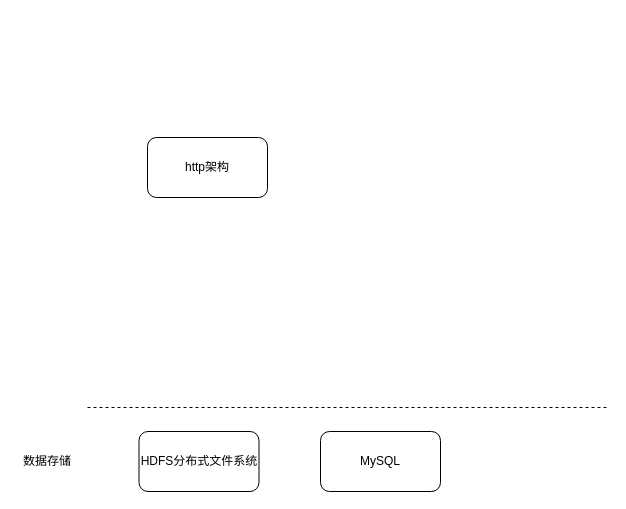
This is 技术架构.drawio from liusheding001/draw.io, a draw.io file, before an edit. Source tidied: cells renumbered, new cells numbered last; positions are measured from the earlier drawing's top-left corner, leaving out a move shared by most shapes. Both pictures are drawn from the tidied source at 100%, with x=0, y=0 at pixel (17, 137).
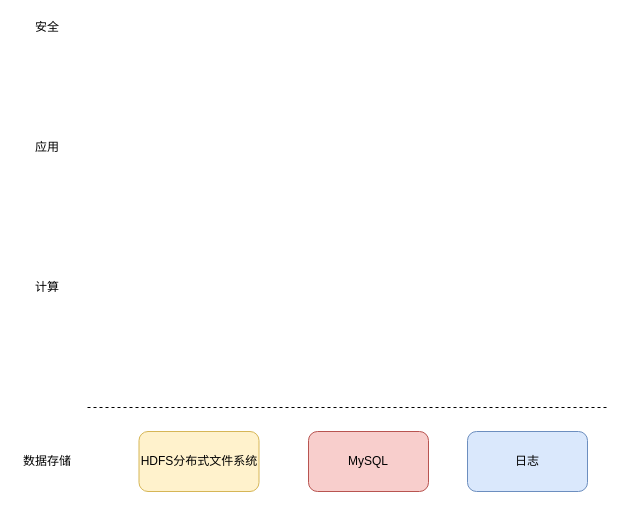
After the change.

Commit message (it also covers changes not shown here):
更新技术架构.drawio

Change to the diagram source:
```diff
@@
 <mxGraphModel>
   <root>
     <mxCell id="0" />
     <mxCell id="1" parent="0" />
-    <mxCell id="2" value="HDFS分布式文件系统" style="rounded=1;whiteSpace=wrap;html=1;" parent="1" vertex="1">
+    <mxCell id="2" value="HDFS分布式文件系统" style="rounded=1;whiteSpace=wrap;html=1;fillColor=#fff2cc;strokeColor=#d6b656;" parent="1" vertex="1">
       <mxGeometry x="121.5" y="294" width="120" height="60" as="geometry" />
     </mxCell>
-    <mxCell id="3" value="MySQL" style="rounded=1;whiteSpace=wrap;html=1;" parent="1" vertex="1">
-      <mxGeometry x="303" y="294" width="120" height="60" as="geometry" />
+    <mxCell id="3" value="MySQL" style="rounded=1;whiteSpace=wrap;html=1;fillColor=#f8cecc;strokeColor=#b85450;" parent="1" vertex="1">
+      <mxGeometry x="291" y="294" width="120" height="60" as="geometry" />
     </mxCell>
-    <mxCell id="4" value="http架构" style="rounded=1;whiteSpace=wrap;html=1;" parent="1" vertex="1">
-      <mxGeometry x="130" width="120" height="60" as="geometry" />
-    </mxCell>
     <mxCell id="5" style="endArrow=none;dashed=1;html=1;" parent="1" edge="1">
       <mxGeometry relative="1" as="geometry">
         <mxPoint x="70" y="270" as="sourcePoint" />
         <mxPoint x="590" y="270" as="targetPoint" />
         <Array as="points">
           <mxPoint x="350" y="270" />
         </Array>
       </mxGeometry>
     </mxCell>
     <mxCell id="6" value="数据存储" style="text;html=1;strokeColor=none;fillColor=none;align=center;verticalAlign=middle;whiteSpace=wrap;rounded=0;" parent="1" vertex="1">
       <mxGeometry y="314" width="60" height="20" as="geometry" />
     </mxCell>
+    <mxCell id="7" value="日志" style="rounded=1;whiteSpace=wrap;html=1;fillColor=#dae8fc;strokeColor=#6c8ebf;" parent="1" vertex="1">
+      <mxGeometry x="450" y="294" width="120" height="60" as="geometry" />
+    </mxCell>
+    <mxCell id="8" value="计算" style="text;html=1;strokeColor=none;fillColor=none;align=center;verticalAlign=middle;whiteSpace=wrap;rounded=0;" parent="1" vertex="1">
+      <mxGeometry y="140" width="60" height="20" as="geometry" />
+    </mxCell>
+    <mxCell id="9" value="应用" style="text;html=1;strokeColor=none;fillColor=none;align=center;verticalAlign=middle;whiteSpace=wrap;rounded=0;" parent="1" vertex="1">
+      <mxGeometry width="60" height="20" as="geometry" />
+    </mxCell>
+    <mxCell id="10" value="安全" style="text;html=1;strokeColor=none;fillColor=none;align=center;verticalAlign=middle;whiteSpace=wrap;rounded=0;" parent="1" vertex="1">
+      <mxGeometry y="-120" width="60" height="20" as="geometry" />
+    </mxCell>
   </root>
 </mxGraphModel>
```
